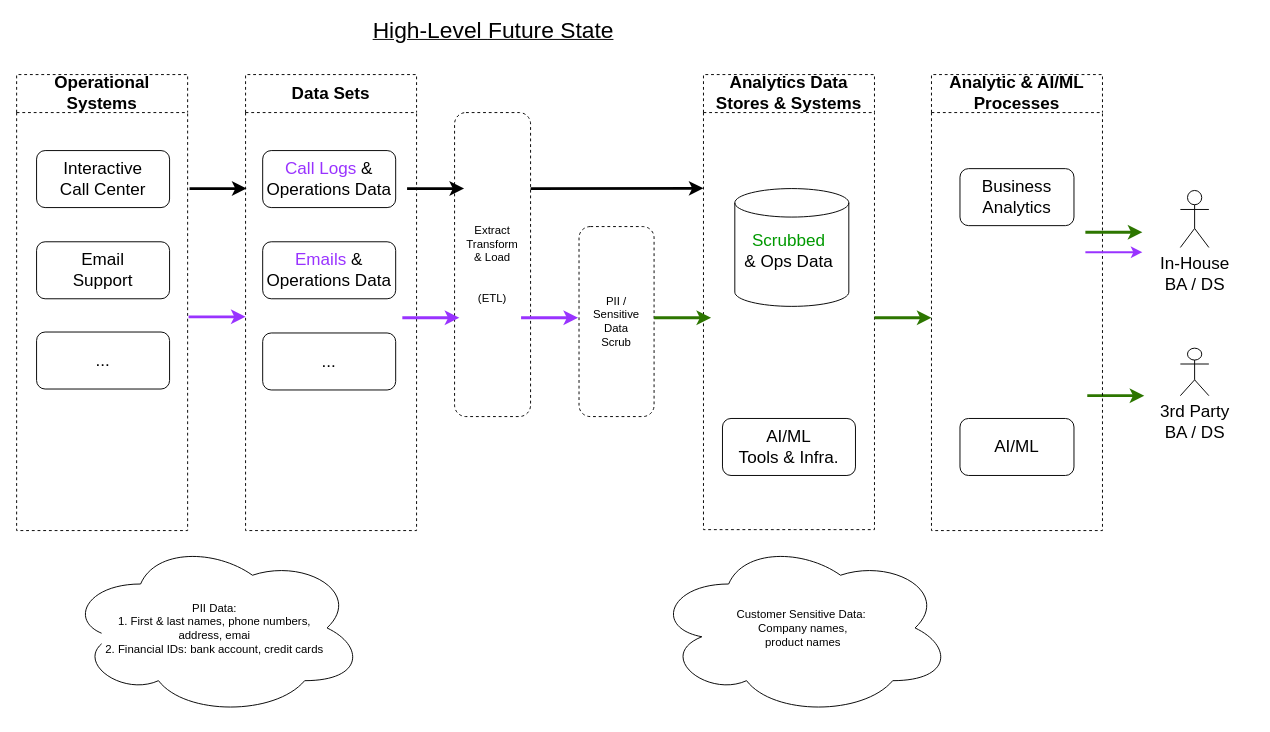
This is page "Future State" (4 of 6) of AB2 - 2022-12-02-v2.drawio from fotoby/ab3, a draw.io file, before an edit. Source tidied: cells renumbered, new cells numbered last; positions are measured from the earlier drawing's top-left corner, leaving out a move shared by most shapes. Both pictures are drawn from the tidied source at 95%, with x=0, y=0 at pixel (16, 16).
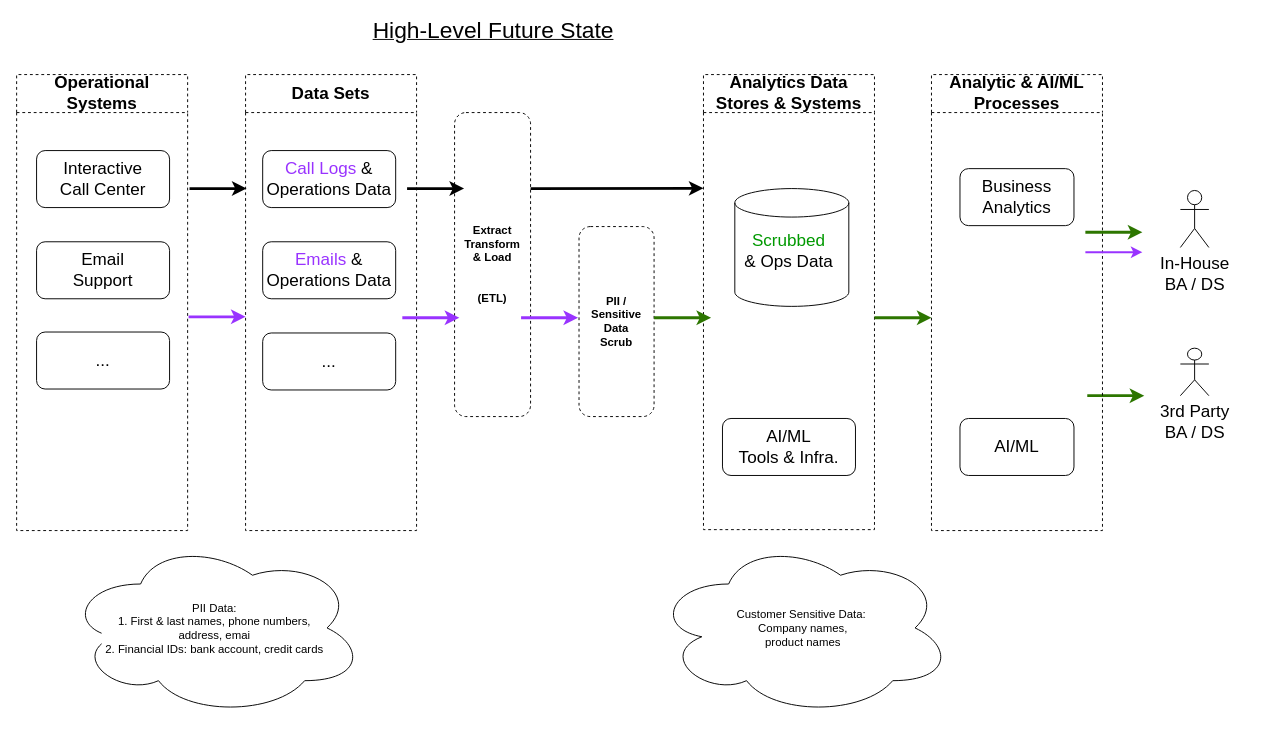
The same diagram, later.

Change to the diagram source:
```diff
@@
-    <mxCell id="5" value="Extract Transform&lt;br&gt;&amp;amp; Load&lt;br&gt;&lt;br&gt;&lt;br&gt;(ETL)" style="rounded=1;whiteSpace=wrap;html=1;fontSize=12;dashed=1;" parent="1" vertex="1">
+    <mxCell id="5" value="&lt;b&gt;Extract Transform&lt;br&gt;&amp;amp; Load&lt;br&gt;&lt;br&gt;&lt;br&gt;(ETL)&lt;/b&gt;" style="rounded=1;whiteSpace=wrap;html=1;fontSize=12;dashed=1;" parent="1" vertex="1">
       <mxGeometry x="461" y="101" width="80" height="320" as="geometry" />
     </mxCell>
@@
-    <mxCell id="15" value="PII /&lt;br&gt;Sensitive&lt;br&gt;Data&lt;br&gt;Scrub" style="rounded=1;whiteSpace=wrap;html=1;fontSize=12;dashed=1;" parent="1" vertex="1">
+    <mxCell id="15" value="&lt;b&gt;PII /&lt;br&gt;Sensitive&lt;br&gt;Data&lt;br&gt;Scrub&lt;/b&gt;" style="rounded=1;whiteSpace=wrap;html=1;fontSize=12;dashed=1;" parent="1" vertex="1">
       <mxGeometry x="592" y="221" width="79" height="200" as="geometry" />
     </mxCell>
```
